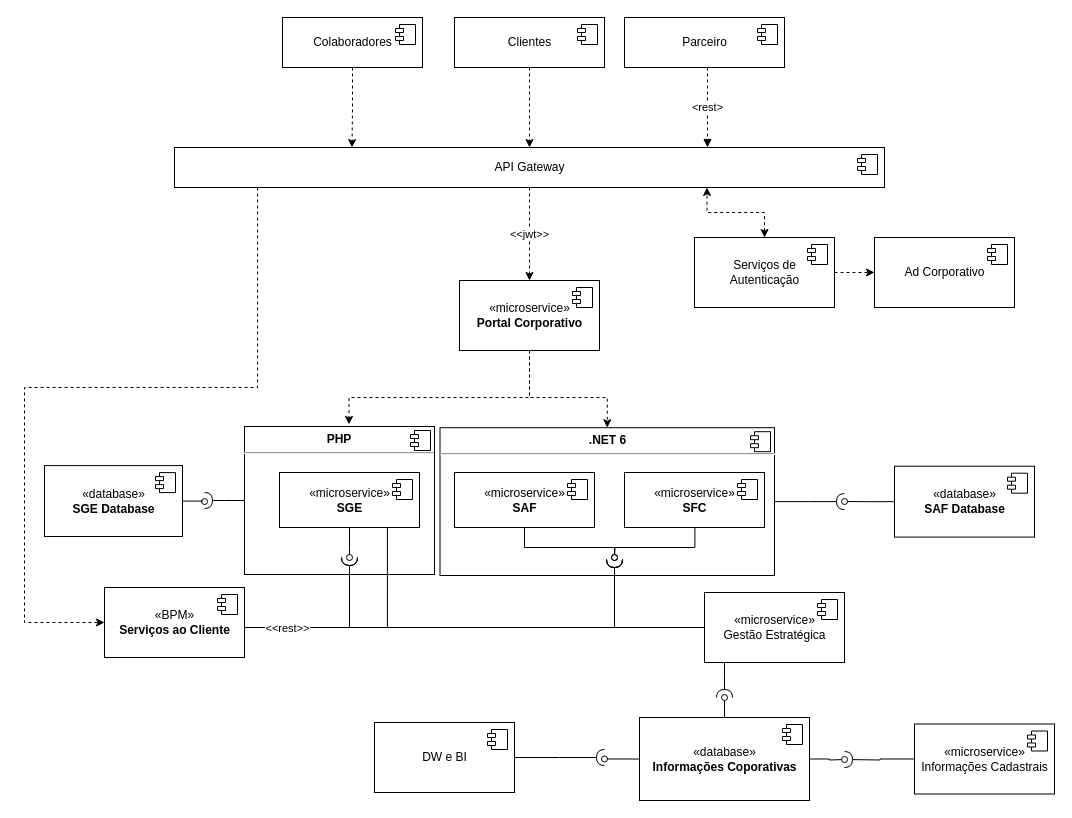
Above: page "Diagrama de Componentes" (4 of 6) of desenho-solucao/DesenhoSolucao.drawio in felipepozzi/puc-minas-arquitetura (draw.io), before the change. Source tidied: cells renumbered, new cells numbered last; positions are measured from the earlier drawing's top-left corner, leaving out a move shared by most shapes. Both pictures are drawn from the tidied source at 100%, with x=0, y=0 at pixel (24, 17).
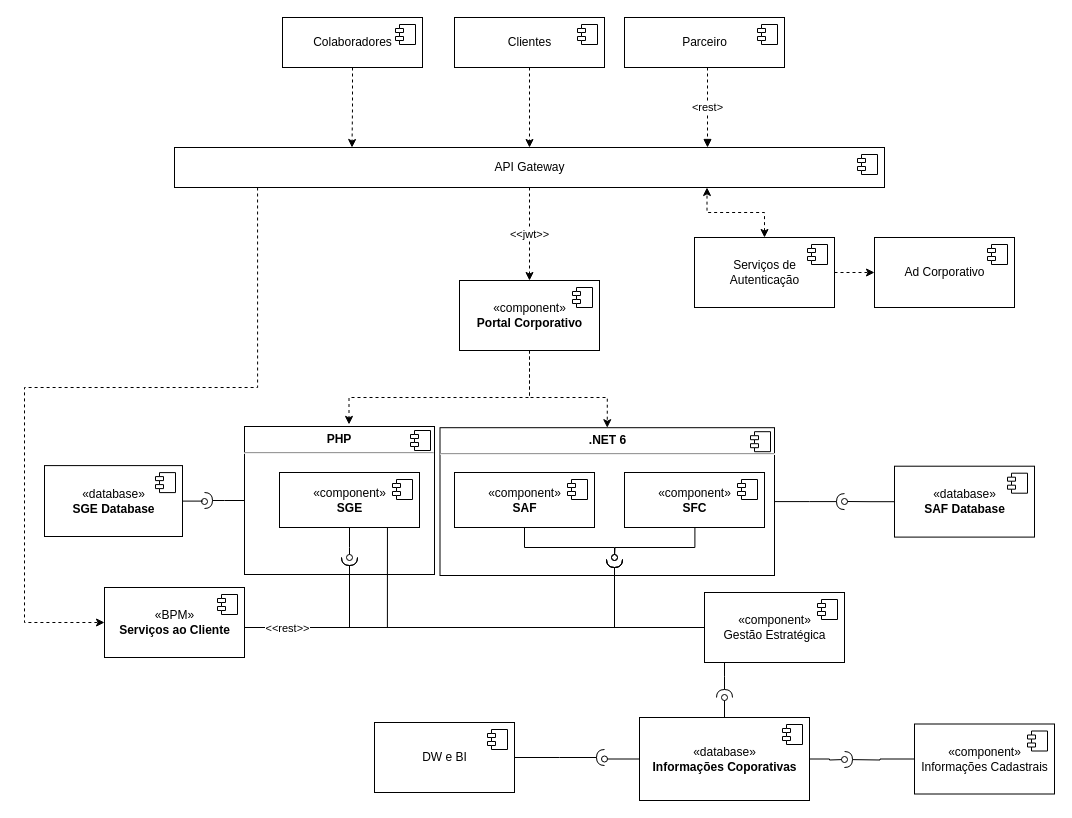
After the change.

Diff of the diagram source:
```diff
@@
-    <mxCell id="14" value="«microservice»&lt;br&gt;&lt;b&gt;Portal Corporativo&lt;/b&gt;" style="html=1;fontColor=#000000;" parent="1" vertex="1">
+    <mxCell id="14" value="«component»&lt;br&gt;&lt;b&gt;Portal Corporativo&lt;/b&gt;" style="html=1;fontColor=#000000;" parent="1" vertex="1">
       <mxGeometry x="435" y="263" width="140" height="70" as="geometry" />
     </mxCell>
@@
-    <mxCell id="16" value="«microservice»&lt;br&gt;&lt;b&gt;SFC&lt;/b&gt;" style="html=1;fontColor=#000000;" parent="1" vertex="1">
+    <mxCell id="16" value="«component»&lt;br&gt;&lt;b&gt;SFC&lt;/b&gt;" style="html=1;fontColor=#000000;" parent="1" vertex="1">
       <mxGeometry x="600" y="455" width="140" height="55" as="geometry" />
     </mxCell>
@@
-    <mxCell id="19" value="«microservice»&lt;br&gt;&lt;b&gt;SAF&lt;/b&gt;" style="html=1;fontColor=#000000;" parent="1" vertex="1">
+    <mxCell id="19" value="«component»&lt;br&gt;&lt;b&gt;SAF&lt;/b&gt;" style="html=1;fontColor=#000000;" parent="1" vertex="1">
       <mxGeometry x="430" y="455" width="140" height="55" as="geometry" />
     </mxCell>
@@
-    <mxCell id="24" value="«microservice»&lt;br&gt;&lt;b&gt;SGE&lt;/b&gt;" style="html=1;fontColor=#000000;" parent="1" vertex="1">
+    <mxCell id="24" value="«component»&lt;br&gt;&lt;b&gt;SGE&lt;/b&gt;" style="html=1;fontColor=#000000;" parent="1" vertex="1">
       <mxGeometry x="255" y="455" width="140" height="55" as="geometry" />
     </mxCell>
@@
-    <mxCell id="49" value="«microservice»&lt;br&gt;Gestão Estratégica" style="html=1;fontColor=#000000;" parent="1" vertex="1">
+    <mxCell id="49" value="«component»&lt;br&gt;Gestão Estratégica" style="html=1;fontColor=#000000;" parent="1" vertex="1">
       <mxGeometry x="680" y="575" width="140" height="70" as="geometry" />
     </mxCell>
@@
-    <mxCell id="52" value="«microservice»&lt;br&gt;Informações Cadastrais" style="html=1;fontColor=#000000;" parent="1" vertex="1">
+    <mxCell id="52" value="«component»&lt;br&gt;Informações Cadastrais" style="html=1;fontColor=#000000;" parent="1" vertex="1">
       <mxGeometry x="890" y="706.5" width="140" height="70" as="geometry" />
     </mxCell>
```
